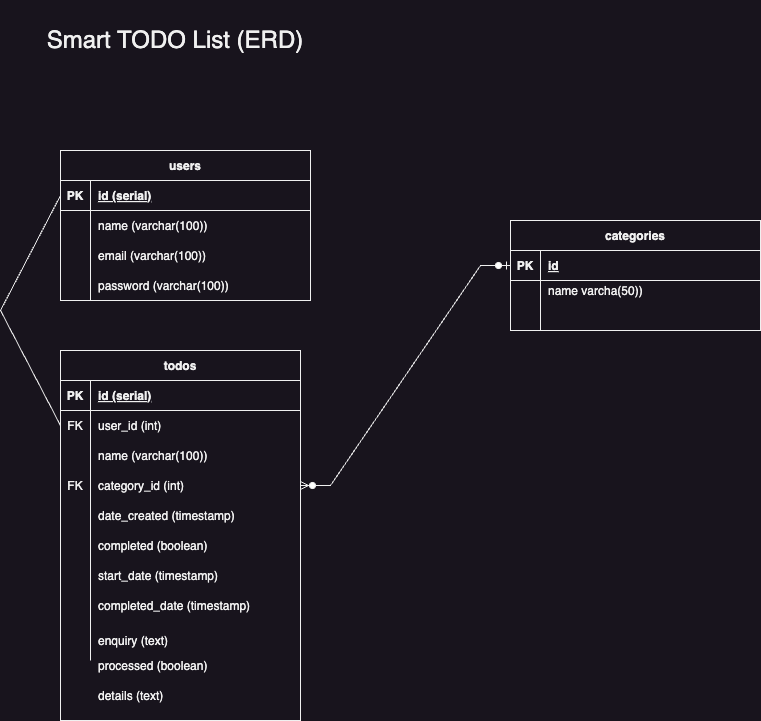
The draw.io diagram documents/SmartToDoListERD.drawio.png in Setmaster/smart-todolist, before a commit. Source tidied: cells renumbered, new cells last; positions are measured from the earlier drawing's top-left corner, leaving out a move shared by most shapes.
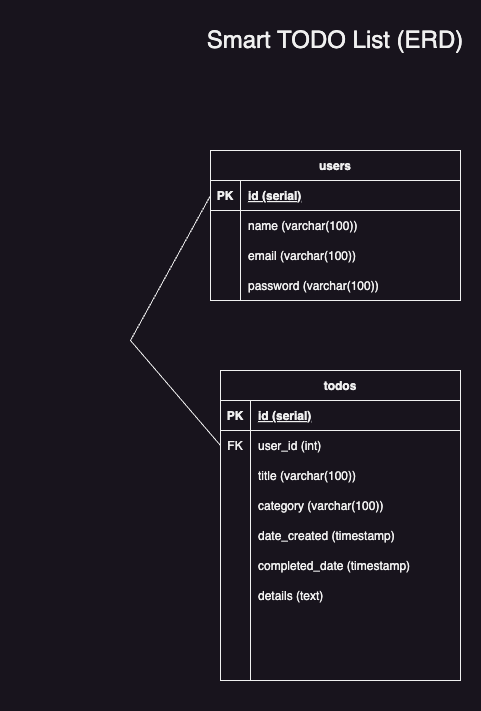
Above is the later version.

Change to the diagram source:
```diff
@@ -2,38 +2,8 @@
   <root>
     <mxCell id="0" />
     <mxCell id="1" parent="0" />
-    <mxCell id="2" value="categories" style="shape=table;startSize=30;rowLines=0;fontStyle=1;align=center;" parent="1" vertex="1">
-      <mxGeometry x="510" y="220" width="250" height="110" as="geometry" />
-    </mxCell>
-    <mxCell id="3" style="shape=partialRectangle;fillColor=none;points=[[0,0.5],[1,0.5]];portConstraint=eastwest;top=0;left=0;right=0;bottom=1;" parent="2" vertex="1">
-      <mxGeometry y="30" width="250" height="30" as="geometry" />
-    </mxCell>
-    <mxCell id="4" value="PK" style="shape=partialRectangle;overflow=hidden;fillColor=none;top=0;left=0;bottom=0;right=0;fontStyle=1;" parent="3" vertex="1">
-      <mxGeometry width="30" height="30" as="geometry" />
-    </mxCell>
-    <mxCell id="5" value="id" style="shape=partialRectangle;overflow=hidden;fillColor=none;top=0;left=0;bottom=0;right=0;align=left;spacingLeft=6;fontStyle=5;" parent="3" vertex="1">
-      <mxGeometry x="30" width="220" height="30" as="geometry" />
-    </mxCell>
-    <mxCell id="6" style="shape=partialRectangle;fillColor=none;top=0;left=0;right=0;bottom=0;" parent="2" vertex="1">
-      <mxGeometry y="60" width="250" height="20" as="geometry" />
-    </mxCell>
-    <mxCell id="7" style="shape=partialRectangle;overflow=hidden;fillColor=none;top=0;left=0;bottom=0;right=0;" parent="6" vertex="1">
-      <mxGeometry width="30" height="20" as="geometry" />
-    </mxCell>
-    <mxCell id="8" value="name varcha(50))" style="shape=partialRectangle;overflow=hidden;fillColor=none;top=0;left=0;bottom=0;right=0;align=left;spacingLeft=6;" parent="6" vertex="1">
-      <mxGeometry x="30" width="220" height="20" as="geometry" />
-    </mxCell>
-    <mxCell id="9" style="shape=partialRectangle;fillColor=none;top=0;left=0;right=0;bottom=0;" parent="2" vertex="1">
-      <mxGeometry y="80" width="250" height="30" as="geometry" />
-    </mxCell>
-    <mxCell id="10" style="shape=partialRectangle;overflow=hidden;fillColor=none;top=0;left=0;bottom=0;right=0;" parent="9" vertex="1">
-      <mxGeometry width="30" height="30" as="geometry" />
-    </mxCell>
-    <mxCell id="11" style="shape=partialRectangle;overflow=hidden;fillColor=none;top=0;left=0;bottom=0;right=0;align=left;spacingLeft=6;" parent="9" vertex="1">
-      <mxGeometry x="30" width="220" height="30" as="geometry" />
-    </mxCell>
     <mxCell id="12" value="users" style="shape=table;startSize=30;rowLines=0;fontStyle=1;align=center;" parent="1" vertex="1">
-      <mxGeometry x="60" y="150" width="250" height="150" as="geometry" />
+      <mxGeometry x="300" y="150" width="250" height="150" as="geometry" />
     </mxCell>
     <mxCell id="13" style="shape=partialRectangle;fillColor=none;points=[[0,0.5],[1,0.5]];portConstraint=eastwest;top=0;left=0;right=0;bottom=1;" parent="12" vertex="1">
       <mxGeometry y="30" width="250" height="30" as="geometry" />
@@ -72,7 +42,7 @@
       <mxGeometry x="30" width="220" height="30" as="geometry" />
     </mxCell>
     <mxCell id="25" value="todos" style="shape=table;startSize=30;rowLines=0;fontStyle=1;align=center;" parent="1" vertex="1">
-      <mxGeometry x="60" y="350" width="240" height="370" as="geometry" />
+      <mxGeometry x="310" y="370" width="240" height="310" as="geometry" />
     </mxCell>
     <mxCell id="26" style="shape=partialRectangle;fillColor=none;top=0;left=0;right=0;bottom=1;" parent="25" vertex="1">
       <mxGeometry y="30" width="240" height="30" as="geometry" />
@@ -98,16 +68,16 @@
     <mxCell id="33" style="shape=partialRectangle;overflow=hidden;fillColor=none;top=0;left=0;bottom=0;right=0;" parent="32" vertex="1">
       <mxGeometry width="30" height="30" as="geometry" />
     </mxCell>
-    <mxCell id="34" value="name (varchar(100))" style="shape=partialRectangle;overflow=hidden;fillColor=none;top=0;left=0;bottom=0;right=0;align=left;spacingLeft=6;" parent="32" vertex="1">
+    <mxCell id="34" value="title (varchar(100))" style="shape=partialRectangle;overflow=hidden;fillColor=none;top=0;left=0;bottom=0;right=0;align=left;spacingLeft=6;" parent="32" vertex="1">
       <mxGeometry x="30" width="210" height="30" as="geometry" />
     </mxCell>
     <mxCell id="35" style="shape=partialRectangle;fillColor=none;points=[[0,0.5],[1,0.5]];portConstraint=eastwest;top=0;left=0;right=0;bottom=0;" parent="25" vertex="1">
       <mxGeometry y="120" width="240" height="30" as="geometry" />
     </mxCell>
-    <mxCell id="36" value="FK" style="shape=partialRectangle;overflow=hidden;fillColor=none;top=0;left=0;bottom=0;right=0;" parent="35" vertex="1">
+    <mxCell id="36" style="shape=partialRectangle;overflow=hidden;fillColor=none;top=0;left=0;bottom=0;right=0;" parent="35" vertex="1">
       <mxGeometry width="30" height="30" as="geometry" />
     </mxCell>
-    <mxCell id="37" value="category_id (int)" style="shape=partialRectangle;overflow=hidden;fillColor=none;top=0;left=0;bottom=0;right=0;align=left;spacingLeft=6;" parent="35" vertex="1">
+    <mxCell id="37" value="category (varchar(100))" style="shape=partialRectangle;overflow=hidden;fillColor=none;top=0;left=0;bottom=0;right=0;align=left;spacingLeft=6;" parent="35" vertex="1">
       <mxGeometry x="30" width="210" height="30" as="geometry" />
     </mxCell>
     <mxCell id="38" style="shape=partialRectangle;fillColor=none;top=0;left=0;right=0;bottom=0;" parent="25" vertex="1">
@@ -125,7 +95,7 @@
     <mxCell id="42" style="shape=partialRectangle;overflow=hidden;fillColor=none;top=0;left=0;bottom=0;right=0;" parent="41" vertex="1">
       <mxGeometry width="30" height="30" as="geometry" />
     </mxCell>
-    <mxCell id="43" value="completed (boolean)" style="shape=partialRectangle;overflow=hidden;fillColor=none;top=0;left=0;bottom=0;right=0;align=left;spacingLeft=6;" parent="41" vertex="1">
+    <mxCell id="43" value="completed_date (timestamp)" style="shape=partialRectangle;overflow=hidden;fillColor=none;top=0;left=0;bottom=0;right=0;align=left;spacingLeft=6;" parent="41" vertex="1">
       <mxGeometry x="30" width="210" height="30" as="geometry" />
     </mxCell>
     <mxCell id="44" style="shape=partialRectangle;fillColor=none;top=0;left=0;right=0;bottom=0;" parent="25" vertex="1">
@@ -134,7 +104,7 @@
     <mxCell id="45" style="shape=partialRectangle;overflow=hidden;fillColor=none;top=0;left=0;bottom=0;right=0;" parent="44" vertex="1">
       <mxGeometry width="30" height="30" as="geometry" />
     </mxCell>
-    <mxCell id="46" value="start_date (timestamp)" style="shape=partialRectangle;overflow=hidden;fillColor=none;top=0;left=0;bottom=0;right=0;align=left;spacingLeft=6;" parent="44" vertex="1">
+    <mxCell id="46" value="details (text)" style="shape=partialRectangle;overflow=hidden;fillColor=none;top=0;left=0;bottom=0;right=0;align=left;spacingLeft=6;" parent="44" vertex="1">
       <mxGeometry x="30" width="210" height="30" as="geometry" />
     </mxCell>
     <mxCell id="47" style="shape=partialRectangle;fillColor=none;top=0;left=0;right=0;bottom=0;" parent="25" vertex="1">
@@ -143,7 +113,7 @@
     <mxCell id="48" style="shape=partialRectangle;overflow=hidden;fillColor=none;top=0;left=0;bottom=0;right=0;" parent="47" vertex="1">
       <mxGeometry width="30" height="30" as="geometry" />
     </mxCell>
-    <mxCell id="49" value="completed_date (timestamp)" style="shape=partialRectangle;overflow=hidden;fillColor=none;top=0;left=0;bottom=0;right=0;align=left;spacingLeft=6;" parent="47" vertex="1">
+    <mxCell id="49" style="shape=partialRectangle;overflow=hidden;fillColor=none;top=0;left=0;bottom=0;right=0;align=left;spacingLeft=6;" parent="47" vertex="1">
       <mxGeometry x="30" width="210" height="30" as="geometry" />
     </mxCell>
     <mxCell id="50" style="shape=partialRectangle;fillColor=none;top=0;left=0;right=0;bottom=0;" parent="25" vertex="1">
@@ -152,26 +122,20 @@
     <mxCell id="51" style="shape=partialRectangle;overflow=hidden;fillColor=none;top=0;left=0;bottom=0;right=0;" parent="50" vertex="1">
       <mxGeometry width="30" height="40" as="geometry" />
     </mxCell>
-    <mxCell id="52" value="enquiry (text)" style="shape=partialRectangle;overflow=hidden;fillColor=none;top=0;left=0;bottom=0;right=0;align=left;spacingLeft=6;" parent="50" vertex="1">
+    <mxCell id="52" style="shape=partialRectangle;overflow=hidden;fillColor=none;top=0;left=0;bottom=0;right=0;align=left;spacingLeft=6;" parent="50" vertex="1">
       <mxGeometry x="30" width="210" height="40" as="geometry" />
     </mxCell>
     <mxCell id="53" value="&lt;font style=&quot;font-size: 24px;&quot;&gt;Smart TODO List (ERD)&lt;/font&gt;" style="text;html=1;align=center;verticalAlign=middle;whiteSpace=wrap;rounded=0;" parent="1" vertex="1">
-      <mxGeometry x="30" width="290" height="80" as="geometry" />
+      <mxGeometry x="280" width="290" height="80" as="geometry" />
     </mxCell>
-    <mxCell id="54" style="edgeStyle=entityRelationEdgeStyle;fontSize=12;html=1;endArrow=ERzeroToMany;startArrow=ERzeroToOne;rounded=0;entryX=1;entryY=0.5;entryDx=0;entryDy=0;exitX=0;exitY=0.5;exitDx=0;exitDy=0;" parent="1" edge="1" source="3" target="35">
-      <mxGeometry relative="1" as="geometry" />
-    </mxCell>
     <mxCell id="55" style="endArrow=none;html=1;rounded=0;entryX=0;entryY=0.5;entryDx=0;entryDy=0;exitX=0;exitY=0.5;exitDx=0;exitDy=0;" parent="1" edge="1" source="29" target="13">
       <mxGeometry relative="1" as="geometry">
         <Array as="points">
-          <mxPoint y="310" />
+          <mxPoint x="220" y="340" />
         </Array>
       </mxGeometry>
     </mxCell>
-    <mxCell id="56" value="processed (boolean)" style="shape=partialRectangle;overflow=hidden;fillColor=none;top=0;left=0;bottom=0;right=0;align=left;spacingLeft=6;" parent="1" vertex="1">
-      <mxGeometry x="90" y="650" width="210" height="30" as="geometry" />
-    </mxCell>
-    <mxCell id="57" value="details (text)" style="shape=partialRectangle;overflow=hidden;fillColor=none;top=0;left=0;bottom=0;right=0;align=left;spacingLeft=6;" parent="1" vertex="1">
+    <mxCell id="57" style="shape=partialRectangle;overflow=hidden;fillColor=none;top=0;left=0;bottom=0;right=0;align=left;spacingLeft=6;" parent="1" vertex="1">
       <mxGeometry x="90" y="680" width="210" height="30" as="geometry" />
     </mxCell>
   </root>
```
